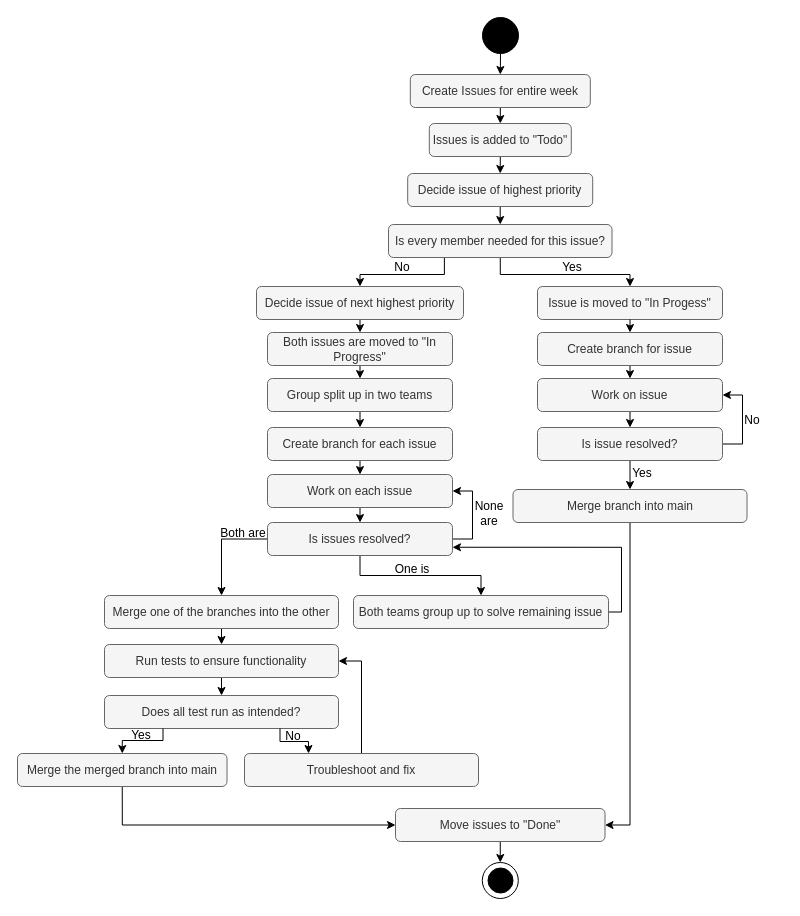
Above: docs/diagrams/TeamWork.drawio in ITU-BDSA2024-GROUP6/Chirp (draw.io), before the change. Source tidied: cells renumbered, new cells numbered last; positions are measured from the earlier drawing's top-left corner, leaving out a move shared by most shapes. Both pictures are drawn from the tidied source at 100%, with x=0, y=0 at pixel (17, 17).
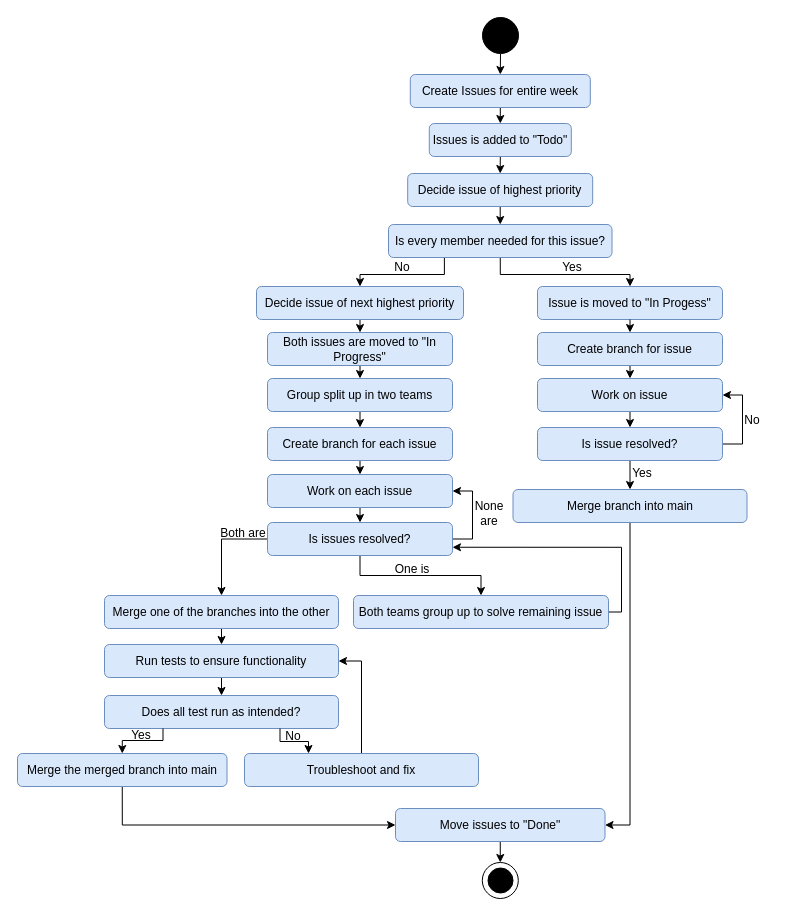
The same page after the edit.

Change to the diagram source:
```diff
@@
-    <mxCell id="3" value="Create Issues for entire week" style="rounded=1;whiteSpace=wrap;html=1;fillColor=#f5f5f5;fontColor=#333333;strokeColor=#666666;" parent="1" vertex="1">
+    <mxCell id="3" value="Create Issues for entire week" style="rounded=1;whiteSpace=wrap;html=1;fillColor=#dae8fc;strokeColor=#6c8ebf;" parent="1" vertex="1">
       <mxGeometry x="392.8" y="57" width="180" height="33" as="geometry" />
     </mxCell>
@@
-    <mxCell id="5" value="Issues is added to &quot;Todo&quot;" style="rounded=1;whiteSpace=wrap;html=1;fillColor=#f5f5f5;fontColor=#333333;strokeColor=#666666;" parent="1" vertex="1">
+    <mxCell id="5" value="Issues is added to &quot;Todo&quot;" style="rounded=1;whiteSpace=wrap;html=1;fillColor=#dae8fc;strokeColor=#6c8ebf;" parent="1" vertex="1">
       <mxGeometry x="411.8" y="106" width="142" height="33" as="geometry" />
     </mxCell>
@@
-    <mxCell id="7" value="Decide issue of highest priority" style="rounded=1;whiteSpace=wrap;html=1;fillColor=#f5f5f5;fontColor=#333333;strokeColor=#666666;" parent="1" vertex="1">
+    <mxCell id="7" value="Decide issue of highest priority" style="rounded=1;whiteSpace=wrap;html=1;fillColor=#dae8fc;strokeColor=#6c8ebf;" parent="1" vertex="1">
       <mxGeometry x="390.2" y="156" width="185" height="33" as="geometry" />
     </mxCell>
-    <mxCell id="8" value="Issue is moved to &quot;In Progess&quot;" style="rounded=1;whiteSpace=wrap;html=1;fillColor=#f5f5f5;fontColor=#333333;strokeColor=#666666;" parent="1" vertex="1">
+    <mxCell id="8" value="Issue is moved to &quot;In Progess&quot;" style="rounded=1;whiteSpace=wrap;html=1;fillColor=#dae8fc;strokeColor=#6c8ebf;" parent="1" vertex="1">
       <mxGeometry x="520" y="269" width="185" height="33" as="geometry" />
     </mxCell>
@@
-    <mxCell id="11" value="Is every member needed for this issue?" style="rounded=1;whiteSpace=wrap;html=1;fillColor=#f5f5f5;fontColor=#333333;strokeColor=#666666;" parent="1" vertex="1">
+    <mxCell id="11" value="Is every member needed for this issue?" style="rounded=1;whiteSpace=wrap;html=1;fillColor=#dae8fc;strokeColor=#6c8ebf;" parent="1" vertex="1">
       <mxGeometry x="371" y="207" width="223.5" height="33" as="geometry" />
     </mxCell>
@@
-    <mxCell id="13" value="Decide issue of next highest priority" style="rounded=1;whiteSpace=wrap;html=1;fillColor=#f5f5f5;fontColor=#333333;strokeColor=#666666;" parent="1" vertex="1">
+    <mxCell id="13" value="Decide issue of next highest priority" style="rounded=1;whiteSpace=wrap;html=1;fillColor=#dae8fc;strokeColor=#6c8ebf;" parent="1" vertex="1">
       <mxGeometry x="239" y="269" width="207" height="33" as="geometry" />
     </mxCell>
@@
-    <mxCell id="15" value="Both issues are moved to &quot;In Progress&quot;" style="rounded=1;whiteSpace=wrap;html=1;fillColor=#f5f5f5;fontColor=#333333;strokeColor=#666666;" parent="1" vertex="1">
+    <mxCell id="15" value="Both issues are moved to &quot;In Progress&quot;" style="rounded=1;whiteSpace=wrap;html=1;fillColor=#dae8fc;strokeColor=#6c8ebf;" parent="1" vertex="1">
       <mxGeometry x="250" y="315" width="185" height="33" as="geometry" />
     </mxCell>
@@
-    <mxCell id="17" value="Group split up in two teams" style="rounded=1;whiteSpace=wrap;html=1;fillColor=#f5f5f5;fontColor=#333333;strokeColor=#666666;" parent="1" vertex="1">
+    <mxCell id="17" value="Group split up in two teams" style="rounded=1;whiteSpace=wrap;html=1;fillColor=#dae8fc;strokeColor=#6c8ebf;" parent="1" vertex="1">
       <mxGeometry x="250" y="361" width="185" height="33" as="geometry" />
     </mxCell>
@@
-    <mxCell id="19" value="Create branch for each issue" style="rounded=1;whiteSpace=wrap;html=1;fillColor=#f5f5f5;fontColor=#333333;strokeColor=#666666;" parent="1" vertex="1">
+    <mxCell id="19" value="Create branch for each issue" style="rounded=1;whiteSpace=wrap;html=1;fillColor=#dae8fc;strokeColor=#6c8ebf;" parent="1" vertex="1">
       <mxGeometry x="250" y="410" width="185" height="33" as="geometry" />
     </mxCell>
@@
-    <mxCell id="21" value="Work on each issue" style="rounded=1;whiteSpace=wrap;html=1;fillColor=#f5f5f5;fontColor=#333333;strokeColor=#666666;" parent="1" vertex="1">
+    <mxCell id="21" value="Work on each issue" style="rounded=1;whiteSpace=wrap;html=1;fillColor=#dae8fc;strokeColor=#6c8ebf;" parent="1" vertex="1">
       <mxGeometry x="250" y="457" width="185" height="33" as="geometry" />
     </mxCell>
@@
-    <mxCell id="25" value="Is issues resolved?" style="rounded=1;whiteSpace=wrap;html=1;fillColor=#f5f5f5;fontColor=#333333;strokeColor=#666666;" parent="1" vertex="1">
+    <mxCell id="25" value="Is issues resolved?" style="rounded=1;whiteSpace=wrap;html=1;fillColor=#dae8fc;strokeColor=#6c8ebf;" parent="1" vertex="1">
       <mxGeometry x="250" y="505" width="185" height="33" as="geometry" />
     </mxCell>
@@
-    <mxCell id="27" value="Merge one of the branches into the other" style="rounded=1;whiteSpace=wrap;html=1;fillColor=#f5f5f5;fontColor=#333333;strokeColor=#666666;" parent="1" vertex="1">
+    <mxCell id="27" value="Merge one of the branches into the other" style="rounded=1;whiteSpace=wrap;html=1;fillColor=#dae8fc;strokeColor=#6c8ebf;" parent="1" vertex="1">
       <mxGeometry x="87" y="578" width="234" height="33" as="geometry" />
     </mxCell>
@@
-    <mxCell id="29" value="Merge the merged branch into main" style="rounded=1;whiteSpace=wrap;html=1;fillColor=#f5f5f5;fontColor=#333333;strokeColor=#666666;" parent="1" vertex="1">
+    <mxCell id="29" value="Merge the merged branch into main" style="rounded=1;whiteSpace=wrap;html=1;fillColor=#dae8fc;strokeColor=#6c8ebf;" parent="1" vertex="1">
       <mxGeometry y="736" width="209.5" height="33" as="geometry" />
     </mxCell>
@@
-    <mxCell id="31" value="Run tests to ensure functionality" style="rounded=1;whiteSpace=wrap;html=1;fillColor=#f5f5f5;fontColor=#333333;strokeColor=#666666;" parent="1" vertex="1">
+    <mxCell id="31" value="Run tests to ensure functionality" style="rounded=1;whiteSpace=wrap;html=1;fillColor=#dae8fc;strokeColor=#6c8ebf;" parent="1" vertex="1">
       <mxGeometry x="87" y="627" width="234" height="33" as="geometry" />
     </mxCell>
-    <mxCell id="32" value="Does all test run as intended?" style="rounded=1;whiteSpace=wrap;html=1;fillColor=#f5f5f5;fontColor=#333333;strokeColor=#666666;" parent="1" vertex="1">
+    <mxCell id="32" value="Does all test run as intended?" style="rounded=1;whiteSpace=wrap;html=1;fillColor=#dae8fc;strokeColor=#6c8ebf;" parent="1" vertex="1">
       <mxGeometry x="87" y="678" width="234" height="33" as="geometry" />
     </mxCell>
@@
-    <mxCell id="34" value="Troubleshoot and fix" style="rounded=1;whiteSpace=wrap;html=1;fillColor=#f5f5f5;fontColor=#333333;strokeColor=#666666;" parent="1" vertex="1">
+    <mxCell id="34" value="Troubleshoot and fix" style="rounded=1;whiteSpace=wrap;html=1;fillColor=#dae8fc;strokeColor=#6c8ebf;" parent="1" vertex="1">
       <mxGeometry x="227" y="736" width="234" height="33" as="geometry" />
     </mxCell>
@@
-    <mxCell id="36" value="Move issues to &quot;Done&quot;" style="rounded=1;whiteSpace=wrap;html=1;fillColor=#f5f5f5;fontColor=#333333;strokeColor=#666666;" parent="1" vertex="1">
+    <mxCell id="36" value="Move issues to &quot;Done&quot;" style="rounded=1;whiteSpace=wrap;html=1;fillColor=#dae8fc;strokeColor=#6c8ebf;" parent="1" vertex="1">
       <mxGeometry x="378" y="791" width="209.5" height="33" as="geometry" />
     </mxCell>
@@
-    <mxCell id="43" value="Both teams group up to solve remaining issue" style="rounded=1;whiteSpace=wrap;html=1;fillColor=#f5f5f5;fontColor=#333333;strokeColor=#666666;" parent="1" vertex="1">
+    <mxCell id="43" value="Both teams group up to solve remaining issue" style="rounded=1;whiteSpace=wrap;html=1;fillColor=#dae8fc;strokeColor=#6c8ebf;" parent="1" vertex="1">
       <mxGeometry x="336" y="578" width="255" height="33" as="geometry" />
     </mxCell>
@@
-    <mxCell id="50" value="Create branch for issue" style="rounded=1;whiteSpace=wrap;html=1;fillColor=#f5f5f5;fontColor=#333333;strokeColor=#666666;" parent="1" vertex="1">
+    <mxCell id="50" value="Create branch for issue" style="rounded=1;whiteSpace=wrap;html=1;fillColor=#dae8fc;strokeColor=#6c8ebf;" parent="1" vertex="1">
       <mxGeometry x="520" y="315" width="185" height="33" as="geometry" />
     </mxCell>
@@
-    <mxCell id="52" value="Work on issue" style="rounded=1;whiteSpace=wrap;html=1;fillColor=#f5f5f5;fontColor=#333333;strokeColor=#666666;" parent="1" vertex="1">
+    <mxCell id="52" value="Work on issue" style="rounded=1;whiteSpace=wrap;html=1;fillColor=#dae8fc;strokeColor=#6c8ebf;" parent="1" vertex="1">
       <mxGeometry x="520" y="361" width="185" height="33" as="geometry" />
     </mxCell>
@@
-    <mxCell id="55" value="Is issue resolved?" style="rounded=1;whiteSpace=wrap;html=1;fillColor=#f5f5f5;fontColor=#333333;strokeColor=#666666;" parent="1" vertex="1">
+    <mxCell id="55" value="Is issue resolved?" style="rounded=1;whiteSpace=wrap;html=1;fillColor=#dae8fc;strokeColor=#6c8ebf;" parent="1" vertex="1">
       <mxGeometry x="520" y="410" width="185" height="33" as="geometry" />
     </mxCell>
@@
-    <mxCell id="57" value="Merge branch into main" style="rounded=1;whiteSpace=wrap;html=1;fillColor=#f5f5f5;fontColor=#333333;strokeColor=#666666;" parent="1" vertex="1">
+    <mxCell id="57" value="Merge branch into main" style="rounded=1;whiteSpace=wrap;html=1;fillColor=#dae8fc;strokeColor=#6c8ebf;" parent="1" vertex="1">
       <mxGeometry x="495.5" y="472" width="234" height="33" as="geometry" />
     </mxCell>
```
